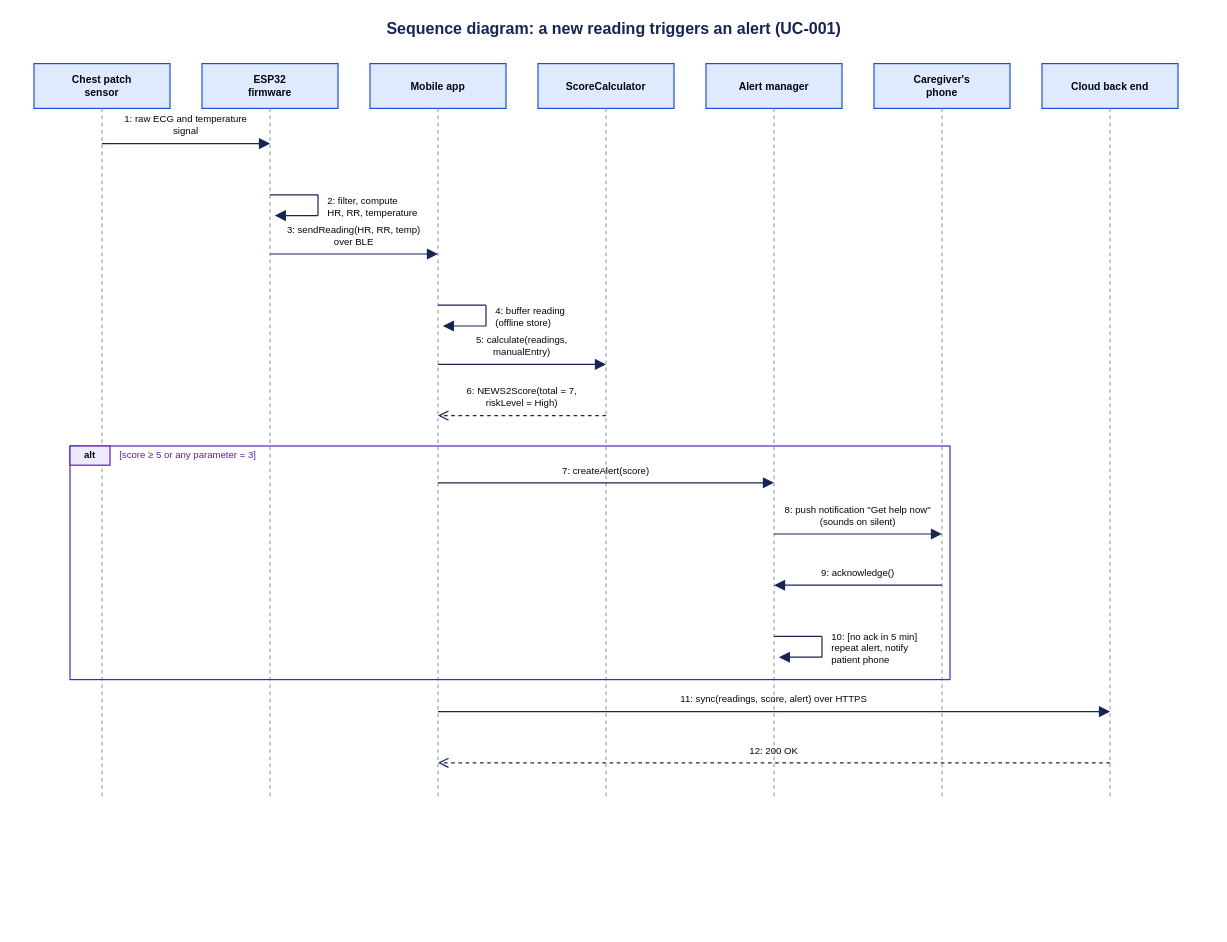
Above: docs/figures/Fig7_sequence_diagram.drawio in ahinsawick-hash/seravyx-landing (draw.io), before the change. Source tidied: cells renumbered, new cells numbered last; positions are measured from the earlier drawing's top-left corner, leaving out a move shared by most shapes. Both pictures are drawn from the tidied source at 80%, with x=0, y=0 at pixel (14, 14).
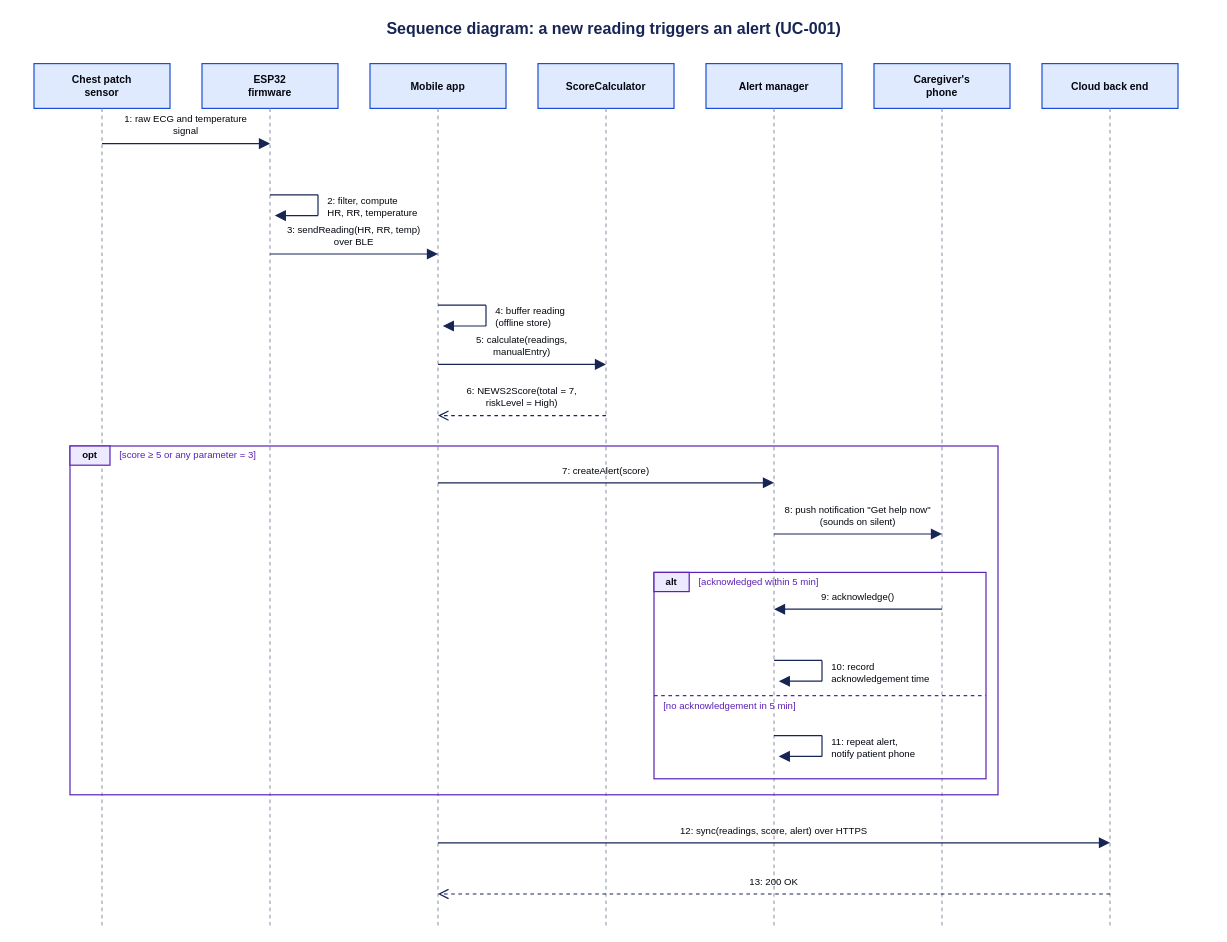
After the change.

Commit message (it also covers changes not shown here):
Figure 11: opt fragment with two-branch alt for acknowledgement

Claude-Session: https://claude.ai/code/session_01KKivFFwee2kWrLRgDCKFu3

Diff of the diagram source:
```diff
@@
     <mxCell id="4" style="html=1;endArrow=none;startArrow=none;strokeColor=#9AA3B2;strokeWidth=1.5;fontSize=12;dashed=1;rounded=0;endSize=10;labelBackgroundColor=#ffffff;" parent="1" edge="1">
       <mxGeometry relative="1" as="geometry">
         <mxPoint x="110" y="118" as="sourcePoint" />
-        <mxPoint x="110" y="982" as="targetPoint" />
+        <mxPoint x="110" y="1142" as="targetPoint" />
       </mxGeometry>
     </mxCell>
@@
     <mxCell id="6" style="html=1;endArrow=none;startArrow=none;strokeColor=#9AA3B2;strokeWidth=1.5;fontSize=12;dashed=1;rounded=0;endSize=10;labelBackgroundColor=#ffffff;" parent="1" edge="1">
       <mxGeometry relative="1" as="geometry">
         <mxPoint x="320" y="118" as="sourcePoint" />
-        <mxPoint x="320" y="982" as="targetPoint" />
+        <mxPoint x="320" y="1142" as="targetPoint" />
       </mxGeometry>
     </mxCell>
@@
     <mxCell id="8" style="html=1;endArrow=none;startArrow=none;strokeColor=#9AA3B2;strokeWidth=1.5;fontSize=12;dashed=1;rounded=0;endSize=10;labelBackgroundColor=#ffffff;" parent="1" edge="1">
       <mxGeometry relative="1" as="geometry">
         <mxPoint x="530" y="118" as="sourcePoint" />
-        <mxPoint x="530" y="982" as="targetPoint" />
+        <mxPoint x="530" y="1142" as="targetPoint" />
       </mxGeometry>
     </mxCell>
@@
     <mxCell id="10" style="html=1;endArrow=none;startArrow=none;strokeColor=#9AA3B2;strokeWidth=1.5;fontSize=12;dashed=1;rounded=0;endSize=10;labelBackgroundColor=#ffffff;" parent="1" edge="1">
       <mxGeometry relative="1" as="geometry">
         <mxPoint x="740" y="118" as="sourcePoint" />
-        <mxPoint x="740" y="982" as="targetPoint" />
+        <mxPoint x="740" y="1142" as="targetPoint" />
       </mxGeometry>
     </mxCell>
@@
     <mxCell id="12" style="html=1;endArrow=none;startArrow=none;strokeColor=#9AA3B2;strokeWidth=1.5;fontSize=12;dashed=1;rounded=0;endSize=10;labelBackgroundColor=#ffffff;" parent="1" edge="1">
       <mxGeometry relative="1" as="geometry">
         <mxPoint x="950" y="118" as="sourcePoint" />
-        <mxPoint x="950" y="982" as="targetPoint" />
+        <mxPoint x="950" y="1142" as="targetPoint" />
       </mxGeometry>
     </mxCell>
@@
     <mxCell id="14" style="html=1;endArrow=none;startArrow=none;strokeColor=#9AA3B2;strokeWidth=1.5;fontSize=12;dashed=1;rounded=0;endSize=10;labelBackgroundColor=#ffffff;" parent="1" edge="1">
       <mxGeometry relative="1" as="geometry">
         <mxPoint x="1160" y="118" as="sourcePoint" />
-        <mxPoint x="1160" y="982" as="targetPoint" />
+        <mxPoint x="1160" y="1142" as="targetPoint" />
       </mxGeometry>
     </mxCell>
@@
     <mxCell id="16" style="html=1;endArrow=none;startArrow=none;strokeColor=#9AA3B2;strokeWidth=1.5;fontSize=12;dashed=1;rounded=0;endSize=10;labelBackgroundColor=#ffffff;" parent="1" edge="1">
       <mxGeometry relative="1" as="geometry">
         <mxPoint x="1370" y="118" as="sourcePoint" />
-        <mxPoint x="1370" y="982" as="targetPoint" />
+        <mxPoint x="1370" y="1142" as="targetPoint" />
       </mxGeometry>
     </mxCell>
@@
     <mxCell id="37" style="html=1;endArrow=block;startArrow=none;strokeColor=#172554;strokeWidth=1.5;fontSize=12;rounded=0;endSize=10;labelBackgroundColor=#ffffff;" parent="1" edge="1">
       <mxGeometry relative="1" as="geometry">
-        <mxPoint x="1160" y="714" as="sourcePoint" />
-        <mxPoint x="950" y="714" as="targetPoint" />
+        <mxPoint x="1160" y="744" as="sourcePoint" />
+        <mxPoint x="950" y="744" as="targetPoint" />
       </mxGeometry>
     </mxCell>
     <mxCell id="38" value="9: acknowledge()" style="text;whiteSpace=wrap;html=1;rounded=0;fillColor=none;strokeColor=none;strokeWidth=1.5;fontSize=12;fontColor=#03070E;align=center;verticalAlign=bottom;fontStyle=0;spacing=6;" parent="1" vertex="1">
-      <mxGeometry x="956" y="672" width="198" height="40" as="geometry" />
+      <mxGeometry x="956" y="702" width="198" height="40" as="geometry" />
     </mxCell>
     <mxCell id="39" style="html=1;endArrow=none;startArrow=none;strokeColor=#172554;strokeWidth=1.5;fontSize=12;rounded=0;endSize=10;labelBackgroundColor=#ffffff;" parent="1" edge="1">
       <mxGeometry relative="1" as="geometry">
-        <mxPoint x="950" y="778" as="sourcePoint" />
-        <mxPoint x="1010" y="778" as="targetPoint" />
+        <mxPoint x="950" y="808" as="sourcePoint" />
+        <mxPoint x="1010" y="808" as="targetPoint" />
       </mxGeometry>
     </mxCell>
     <mxCell id="40" style="html=1;endArrow=none;startArrow=none;strokeColor=#172554;strokeWidth=1.5;fontSize=12;rounded=0;endSize=10;labelBackgroundColor=#ffffff;" parent="1" edge="1">
       <mxGeometry relative="1" as="geometry">
-        <mxPoint x="1010" y="778" as="sourcePoint" />
-        <mxPoint x="1010" y="804" as="targetPoint" />
+        <mxPoint x="1010" y="808" as="sourcePoint" />
+        <mxPoint x="1010" y="834" as="targetPoint" />
       </mxGeometry>
     </mxCell>
     <mxCell id="41" style="html=1;endArrow=block;startArrow=none;strokeColor=#172554;strokeWidth=1.5;fontSize=12;rounded=0;endSize=10;labelBackgroundColor=#ffffff;" parent="1" edge="1">
       <mxGeometry relative="1" as="geometry">
-        <mxPoint x="1010" y="804" as="sourcePoint" />
-        <mxPoint x="956" y="804" as="targetPoint" />
+        <mxPoint x="1010" y="834" as="sourcePoint" />
+        <mxPoint x="956" y="834" as="targetPoint" />
       </mxGeometry>
     </mxCell>
-    <mxCell id="42" value="10: [no ack in 5 min]&#10;repeat alert, notify&#10;patient phone" style="text;whiteSpace=wrap;html=1;rounded=0;fillColor=none;strokeColor=none;strokeWidth=1.5;fontSize=12;fontColor=#03070E;align=left;verticalAlign=middle;fontStyle=0;spacing=6;" parent="1" vertex="1">
-      <mxGeometry x="1016" y="770" width="140" height="46" as="geometry" />
+    <mxCell id="42" value="10: record&#10;acknowledgement time" style="text;whiteSpace=wrap;html=1;rounded=0;fillColor=none;strokeColor=none;strokeWidth=1.5;fontSize=12;fontColor=#03070E;align=left;verticalAlign=middle;fontStyle=0;spacing=6;" parent="1" vertex="1">
+      <mxGeometry x="1016" y="800" width="140" height="46" as="geometry" />
     </mxCell>
-    <mxCell id="43" style="whiteSpace=wrap;html=1;rounded=0;fillColor=none;strokeColor=#5B21B6;strokeWidth=1.5;fontSize=13;fontColor=#03070E;align=center;verticalAlign=middle;fontStyle=0;spacing=6;" parent="1" vertex="1">
-      <mxGeometry x="70" y="540" width="1100" height="292" as="geometry" />
+    <mxCell id="43" style="html=1;endArrow=none;startArrow=none;strokeColor=#172554;strokeWidth=1.5;fontSize=12;rounded=0;endSize=10;labelBackgroundColor=#ffffff;" parent="1" edge="1">
+      <mxGeometry relative="1" as="geometry">
+        <mxPoint x="950" y="902" as="sourcePoint" />
+        <mxPoint x="1010" y="902" as="targetPoint" />
+      </mxGeometry>
     </mxCell>
-    <mxCell id="44" value="alt" style="whiteSpace=wrap;html=1;rounded=0;fillColor=#EDE9FE;strokeColor=#5B21B6;strokeWidth=1.5;fontSize=12;fontColor=#03070E;align=center;verticalAlign=middle;fontStyle=1;spacing=6;" parent="1" vertex="1">
-      <mxGeometry x="70" y="540" width="50" height="24" as="geometry" />
+    <mxCell id="44" style="html=1;endArrow=none;startArrow=none;strokeColor=#172554;strokeWidth=1.5;fontSize=12;rounded=0;endSize=10;labelBackgroundColor=#ffffff;" parent="1" edge="1">
+      <mxGeometry relative="1" as="geometry">
+        <mxPoint x="1010" y="902" as="sourcePoint" />
+        <mxPoint x="1010" y="928" as="targetPoint" />
+      </mxGeometry>
     </mxCell>
-    <mxCell id="45" value="[score ≥ 5 or any parameter = 3]" style="text;whiteSpace=wrap;html=1;rounded=0;fillColor=none;strokeColor=none;strokeWidth=1.5;fontSize=12;fontColor=#5B21B6;align=left;verticalAlign=middle;fontStyle=0;spacing=6;" parent="1" vertex="1">
-      <mxGeometry x="126" y="540" width="300" height="24" as="geometry" />
+    <mxCell id="45" style="html=1;endArrow=block;startArrow=none;strokeColor=#172554;strokeWidth=1.5;fontSize=12;rounded=0;endSize=10;labelBackgroundColor=#ffffff;" parent="1" edge="1">
+      <mxGeometry relative="1" as="geometry">
+        <mxPoint x="1010" y="928" as="sourcePoint" />
+        <mxPoint x="956" y="928" as="targetPoint" />
+      </mxGeometry>
     </mxCell>
-    <mxCell id="46" style="html=1;endArrow=block;startArrow=none;strokeColor=#172554;strokeWidth=1.5;fontSize=12;rounded=0;endSize=10;labelBackgroundColor=#ffffff;" parent="1" edge="1">
-      <mxGeometry relative="1" as="geometry">
-        <mxPoint x="530" y="872" as="sourcePoint" />
-        <mxPoint x="1370" y="872" as="targetPoint" />
-      </mxGeometry>
+    <mxCell id="46" value="11: repeat alert,&#10;notify patient phone" style="text;whiteSpace=wrap;html=1;rounded=0;fillColor=none;strokeColor=none;strokeWidth=1.5;fontSize=12;fontColor=#03070E;align=left;verticalAlign=middle;fontStyle=0;spacing=6;" parent="1" vertex="1">
+      <mxGeometry x="1016" y="894" width="140" height="46" as="geometry" />
     </mxCell>
-    <mxCell id="47" value="11: sync(readings, score, alert) over HTTPS" style="text;whiteSpace=wrap;html=1;rounded=0;fillColor=none;strokeColor=none;strokeWidth=1.5;fontSize=12;fontColor=#03070E;align=center;verticalAlign=bottom;fontStyle=0;spacing=6;" parent="1" vertex="1">
-      <mxGeometry x="536" y="830" width="828" height="40" as="geometry" />
+    <mxCell id="47" style="whiteSpace=wrap;html=1;rounded=0;fillColor=none;strokeColor=#5B21B6;strokeWidth=1.5;fontSize=13;fontColor=#03070E;align=center;verticalAlign=middle;fontStyle=0;spacing=6;" parent="1" vertex="1">
+      <mxGeometry x="70" y="540" width="1160" height="436" as="geometry" />
     </mxCell>
-    <mxCell id="48" style="html=1;endArrow=open;startArrow=none;strokeColor=#172554;strokeWidth=1.5;fontSize=12;dashed=1;rounded=0;endSize=10;labelBackgroundColor=#ffffff;" parent="1" edge="1">
-      <mxGeometry relative="1" as="geometry">
-        <mxPoint x="1370" y="936" as="sourcePoint" />
-        <mxPoint x="530" y="936" as="targetPoint" />
-      </mxGeometry>
+    <mxCell id="48" value="opt" style="whiteSpace=wrap;html=1;rounded=0;fillColor=#EDE9FE;strokeColor=#5B21B6;strokeWidth=1.5;fontSize=12;fontColor=#03070E;align=center;verticalAlign=middle;fontStyle=1;spacing=6;" parent="1" vertex="1">
+      <mxGeometry x="70" y="540" width="50" height="24" as="geometry" />
     </mxCell>
-    <mxCell id="49" value="12: 200 OK" style="text;whiteSpace=wrap;html=1;rounded=0;fillColor=none;strokeColor=none;strokeWidth=1.5;fontSize=12;fontColor=#03070E;align=center;verticalAlign=bottom;fontStyle=0;spacing=6;" parent="1" vertex="1">
-      <mxGeometry x="536" y="894" width="828" height="40" as="geometry" />
+    <mxCell id="49" value="[score ≥ 5 or any parameter = 3]" style="text;whiteSpace=wrap;html=1;rounded=0;fillColor=none;strokeColor=none;strokeWidth=1.5;fontSize=12;fontColor=#5B21B6;align=left;verticalAlign=middle;fontStyle=0;spacing=6;" parent="1" vertex="1">
+      <mxGeometry x="126" y="540" width="300" height="24" as="geometry" />
     </mxCell>
+    <mxCell id="50" style="whiteSpace=wrap;html=1;rounded=0;fillColor=none;strokeColor=#5B21B6;strokeWidth=1.5;fontSize=13;fontColor=#03070E;align=center;verticalAlign=middle;fontStyle=0;spacing=6;" parent="1" vertex="1">
+      <mxGeometry x="800" y="698" width="415" height="258" as="geometry" />
+    </mxCell>
+    <mxCell id="51" value="alt" style="whiteSpace=wrap;html=1;rounded=0;fillColor=#EDE9FE;strokeColor=#5B21B6;strokeWidth=1.5;fontSize=12;fontColor=#03070E;align=center;verticalAlign=middle;fontStyle=1;spacing=6;" parent="1" vertex="1">
+      <mxGeometry x="800" y="698" width="44" height="24" as="geometry" />
+    </mxCell>
+    <mxCell id="52" value="[acknowledged within 5 min]" style="text;whiteSpace=wrap;html=1;rounded=0;fillColor=none;strokeColor=none;strokeWidth=1.5;fontSize=12;fontColor=#5B21B6;align=left;verticalAlign=middle;fontStyle=0;spacing=6;" parent="1" vertex="1">
+      <mxGeometry x="850" y="698" width="250" height="24" as="geometry" />
+    </mxCell>
+    <mxCell id="53" style="html=1;endArrow=none;startArrow=none;strokeColor=#5B21B6;strokeWidth=1.5;fontSize=12;dashed=1;rounded=0;endSize=10;labelBackgroundColor=#ffffff;" parent="1" edge="1">
+      <mxGeometry relative="1" as="geometry">
+        <mxPoint x="800" y="852" as="sourcePoint" />
+        <mxPoint x="1215" y="852" as="targetPoint" />
+      </mxGeometry>
+    </mxCell>
+    <mxCell id="54" value="[no acknowledgement in 5 min]" style="text;whiteSpace=wrap;html=1;rounded=0;fillColor=none;strokeColor=none;strokeWidth=1.5;fontSize=12;fontColor=#5B21B6;align=left;verticalAlign=middle;fontStyle=0;spacing=6;" parent="1" vertex="1">
+      <mxGeometry x="806" y="854" width="260" height="22" as="geometry" />
+    </mxCell>
+    <mxCell id="55" style="html=1;endArrow=block;startArrow=none;strokeColor=#172554;strokeWidth=1.5;fontSize=12;rounded=0;endSize=10;labelBackgroundColor=#ffffff;" parent="1" edge="1">
+      <mxGeometry relative="1" as="geometry">
+        <mxPoint x="530" y="1036" as="sourcePoint" />
+        <mxPoint x="1370" y="1036" as="targetPoint" />
+      </mxGeometry>
+    </mxCell>
+    <mxCell id="56" value="12: sync(readings, score, alert) over HTTPS" style="text;whiteSpace=wrap;html=1;rounded=0;fillColor=none;strokeColor=none;strokeWidth=1.5;fontSize=12;fontColor=#03070E;align=center;verticalAlign=bottom;fontStyle=0;spacing=6;" parent="1" vertex="1">
+      <mxGeometry x="536" y="994" width="828" height="40" as="geometry" />
+    </mxCell>
+    <mxCell id="57" style="html=1;endArrow=open;startArrow=none;strokeColor=#172554;strokeWidth=1.5;fontSize=12;dashed=1;rounded=0;endSize=10;labelBackgroundColor=#ffffff;" parent="1" edge="1">
+      <mxGeometry relative="1" as="geometry">
+        <mxPoint x="1370" y="1100" as="sourcePoint" />
+        <mxPoint x="530" y="1100" as="targetPoint" />
+      </mxGeometry>
+    </mxCell>
+    <mxCell id="58" value="13: 200 OK" style="text;whiteSpace=wrap;html=1;rounded=0;fillColor=none;strokeColor=none;strokeWidth=1.5;fontSize=12;fontColor=#03070E;align=center;verticalAlign=bottom;fontStyle=0;spacing=6;" parent="1" vertex="1">
+      <mxGeometry x="536" y="1058" width="828" height="40" as="geometry" />
+    </mxCell>
```
